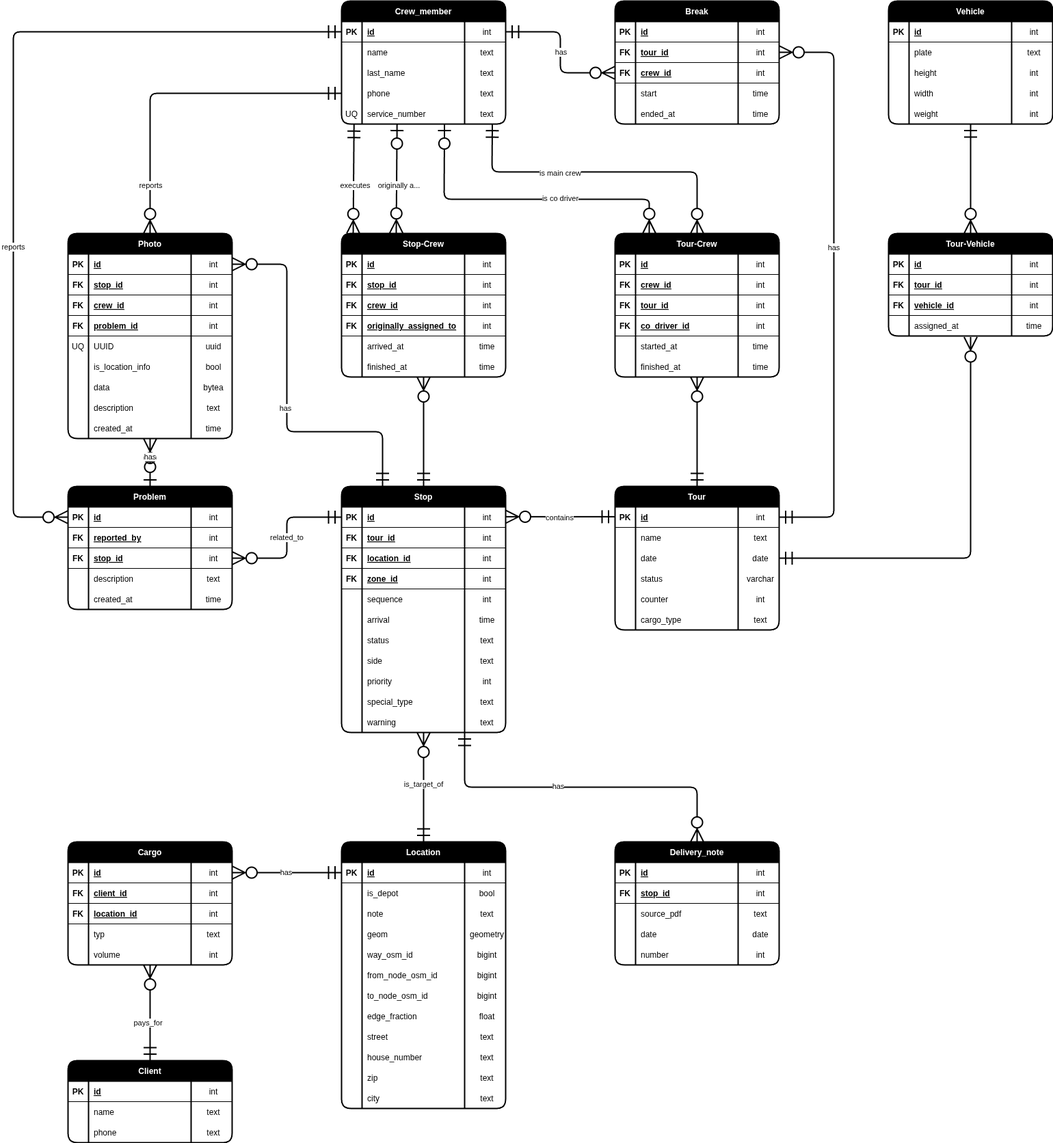
This is docs/database/erd.drawio.png from gabrielbindi/VoBi-Tour, a draw.io export, as it was before one commit. Source tidied: cells renumbered, new cells last; positions are measured from the earlier drawing's top-left corner, leaving out a move shared by most shapes.
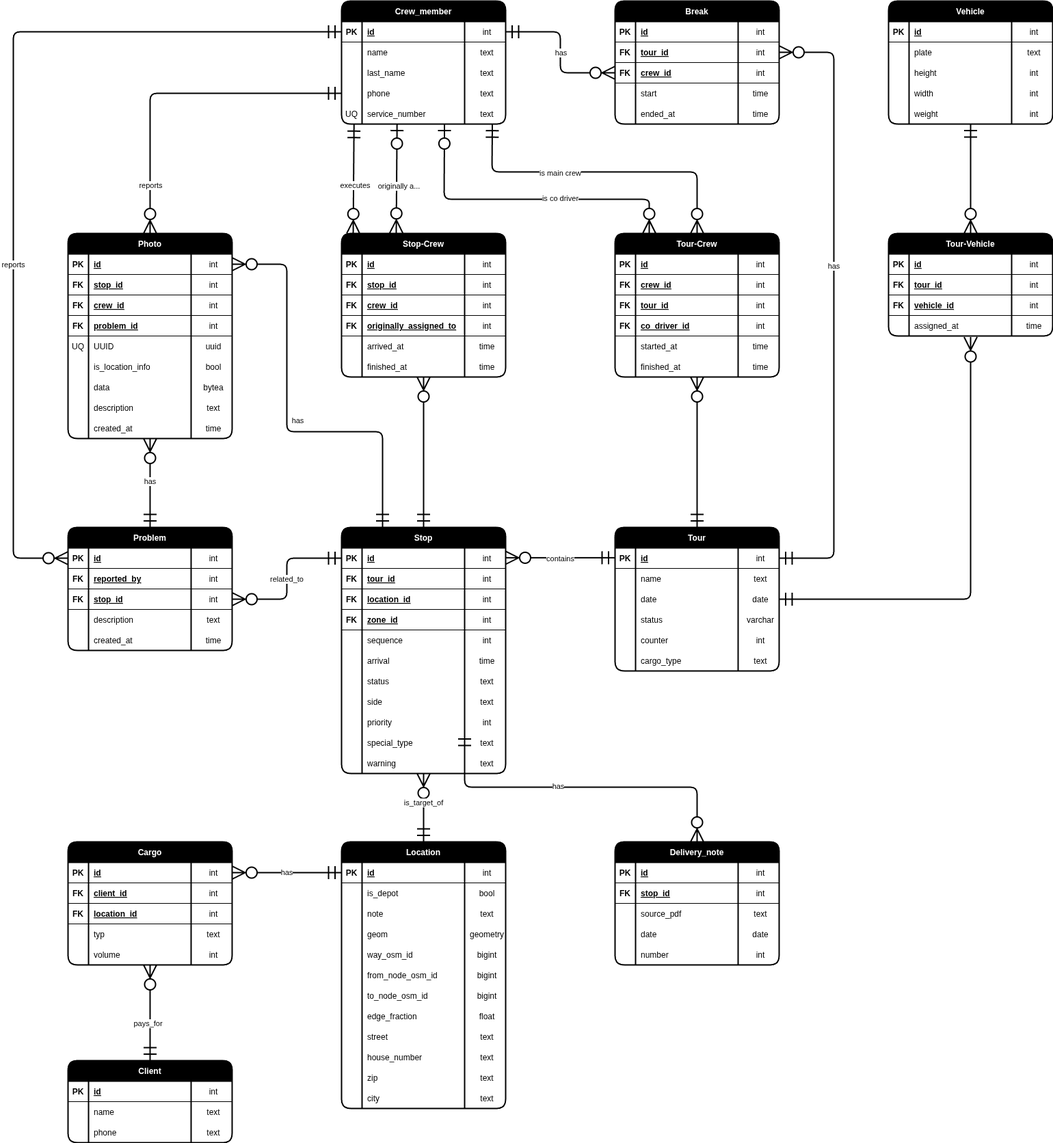
After the change.

Commit message:
#27 Photo relation to Stop changed

Change to the diagram source:
```diff
@@ -66,7 +66,7 @@
       <mxGeometry x="180" width="60" height="30" as="geometry" />
     </mxCell>
     <mxCell id="23" value="Tour" style="shape=table;startSize=30;rowLines=0;fontStyle=1;align=center;swimlaneFillColor=none;fillColor=#000000;fontColor=#FFFFFF;strokeWidth=2;rounded=1;" parent="1" vertex="1">
-      <mxGeometry x="880" y="710" width="240" height="210" as="geometry" />
+      <mxGeometry x="880" y="770" width="240" height="210" as="geometry" />
     </mxCell>
     <mxCell id="24" style="shape=tableRow;horizontal=0;startSize=0;swimlaneHead=0;swimlaneBody=0;fillColor=none;points=[[0,0.5],[1,0.5]];portConstraint=eastwest;top=0;left=0;right=0;bottom=1;" parent="23" vertex="1">
       <mxGeometry y="30" width="240" height="30" as="geometry" />
@@ -204,7 +204,7 @@
       <mxGeometry x="180" width="60" height="30" as="geometry" />
     </mxCell>
     <mxCell id="69" value="Problem" style="shape=table;startSize=30;rowLines=0;fontStyle=1;align=center;swimlaneFillColor=none;fillColor=#000000;fontColor=#FFFFFF;strokeWidth=2;rounded=1;" parent="1" vertex="1">
-      <mxGeometry x="80" y="710" width="240" height="180" as="geometry" />
+      <mxGeometry x="80" y="770" width="240" height="180" as="geometry" />
     </mxCell>
     <mxCell id="70" style="shape=tableRow;horizontal=0;startSize=0;swimlaneHead=0;swimlaneBody=0;fillColor=none;points=[[0,0.5],[1,0.5]];portConstraint=eastwest;top=0;left=0;right=0;bottom=1;" parent="69" vertex="1">
       <mxGeometry y="30" width="240" height="30" as="geometry" />
@@ -270,7 +270,7 @@
       <mxGeometry relative="1" as="geometry">
         <Array as="points">
           <mxPoint y="45" />
-          <mxPoint y="755" />
+          <mxPoint y="815" />
         </Array>
       </mxGeometry>
     </mxCell>
@@ -719,7 +719,7 @@
       </mxGeometry>
     </mxCell>
     <mxCell id="237" value="Stop" style="shape=table;startSize=30;rowLines=0;fontStyle=1;align=center;swimlaneFillColor=none;fillColor=#000000;fontColor=#FFFFFF;strokeWidth=2;rounded=1;" parent="1" vertex="1">
-      <mxGeometry x="480" y="710" width="240" height="360" as="geometry" />
+      <mxGeometry x="480" y="770" width="240" height="360" as="geometry" />
     </mxCell>
     <mxCell id="238" style="shape=tableRow;horizontal=0;startSize=0;swimlaneHead=0;swimlaneBody=0;fillColor=none;points=[[0,0.5],[1,0.5]];portConstraint=eastwest;top=0;left=0;right=0;bottom=1;" parent="237" vertex="1">
       <mxGeometry y="30" width="240" height="30" as="geometry" />
@@ -864,8 +864,8 @@
     <mxCell id="284" style="fontSize=12;html=1;endArrow=ERzeroToMany;startArrow=ERmandOne;entryX=1;entryY=0.5;entryDx=0;entryDy=0;endSize=16;startSize=16;targetPerimeterSpacing=0;strokeWidth=2;exitX=0;exitY=0.5;exitDx=0;exitDy=0;" parent="1" edge="1" source="238" target="78">
       <mxGeometry relative="1" as="geometry">
         <Array as="points">
-          <mxPoint x="400" y="755" />
           <mxPoint x="400" y="815" />
+          <mxPoint x="400" y="875" />
         </Array>
       </mxGeometry>
     </mxCell>
@@ -953,8 +953,8 @@
     </mxCell>
     <mxCell id="309" style="fontSize=12;html=1;endArrow=ERzeroToMany;startArrow=ERmandOne;entryX=1;entryY=0.5;entryDx=0;entryDy=0;endSize=16;startSize=16;targetPerimeterSpacing=0;strokeWidth=2;exitX=0;exitY=0.5;exitDx=0;exitDy=0;" parent="1" edge="1">
       <mxGeometry relative="1" as="geometry">
-        <mxPoint x="880" y="754.4" as="sourcePoint" />
-        <mxPoint x="720" y="754.4" as="targetPoint" />
+        <mxPoint x="880" y="814.4" as="sourcePoint" />
+        <mxPoint x="720" y="814.4" as="targetPoint" />
       </mxGeometry>
     </mxCell>
     <mxCell id="310" value="contains" style="edgeLabel;html=1;align=center;verticalAlign=middle;" parent="309" vertex="1">
@@ -1105,7 +1105,7 @@
     <mxCell id="357" style="fontSize=12;html=1;endArrow=ERzeroToMany;endFill=1;startArrow=ERmandOne;endSize=16;startSize=16;strokeWidth=2;entryX=0.5;entryY=1.051;entryDx=0;entryDy=0;exitX=1;exitY=0.5;exitDx=0;exitDy=0;entryPerimeter=0;startFill=0;" parent="1" edge="1" source="32" target="352">
       <mxGeometry relative="1" as="geometry">
         <Array as="points">
-          <mxPoint x="1400" y="815" />
+          <mxPoint x="1400" y="875" />
           <mxPoint x="1400" y="630" />
         </Array>
       </mxGeometry>
@@ -1231,7 +1231,7 @@
       <mxGeometry relative="1" as="geometry">
         <Array as="points">
           <mxPoint x="1200" y="75" />
-          <mxPoint x="1200" y="755" />
+          <mxPoint x="1200" y="815" />
         </Array>
       </mxGeometry>
     </mxCell>
@@ -1279,7 +1279,7 @@
         <mxPoint x="-13" as="offset" />
       </mxGeometry>
     </mxCell>
-    <mxCell id="398" style="fontSize=12;html=1;endArrow=ERzeroToMany;startArrow=ERzeroToOne;entryX=0.5;entryY=1;entryDx=0;entryDy=0;endSize=16;startSize=16;targetPerimeterSpacing=0;strokeWidth=2;exitX=0.5;exitY=0;exitDx=0;exitDy=0;endFill=0;startFill=0;" parent="1" edge="1" source="69" target="113">
+    <mxCell id="398" style="fontSize=12;html=1;endArrow=ERzeroToMany;startArrow=ERmandOne;endSize=16;startSize=16;targetPerimeterSpacing=0;strokeWidth=2;exitX=0.5;exitY=0;exitDx=0;exitDy=0;endFill=0;startFill=0;" parent="1" edge="1" source="69" target="113">
       <mxGeometry relative="1" as="geometry" />
     </mxCell>
     <mxCell id="399" value="has" style="edgeLabel;html=1;align=center;verticalAlign=middle;" parent="398" vertex="1">
```
